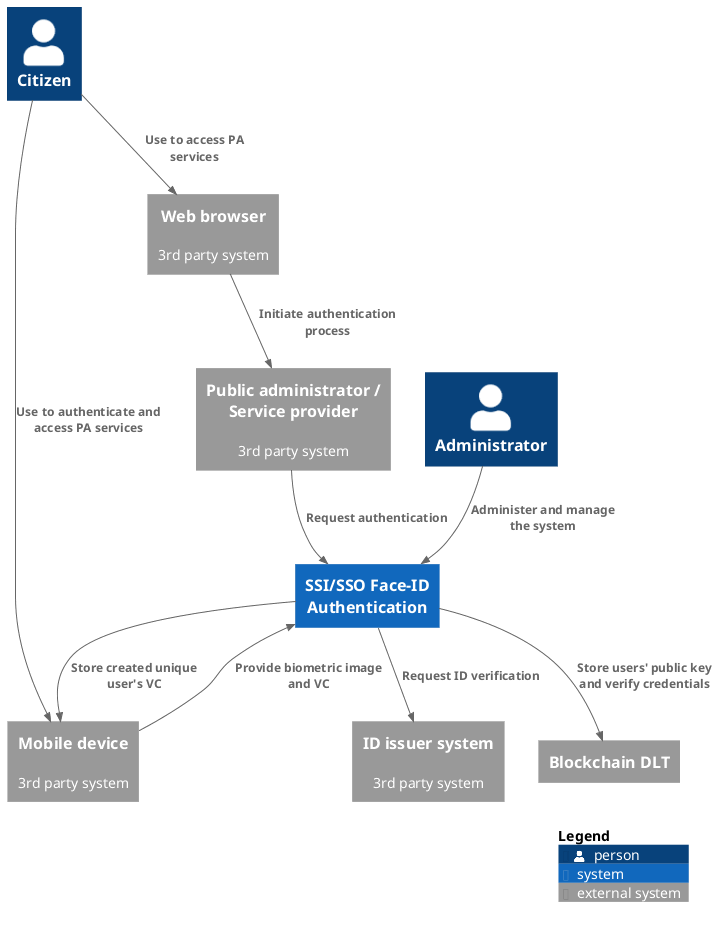
Before: images/ContextDiagram.png, a diagram exported from PlantUML (Dorfultariant/Architecture_Diagrams).
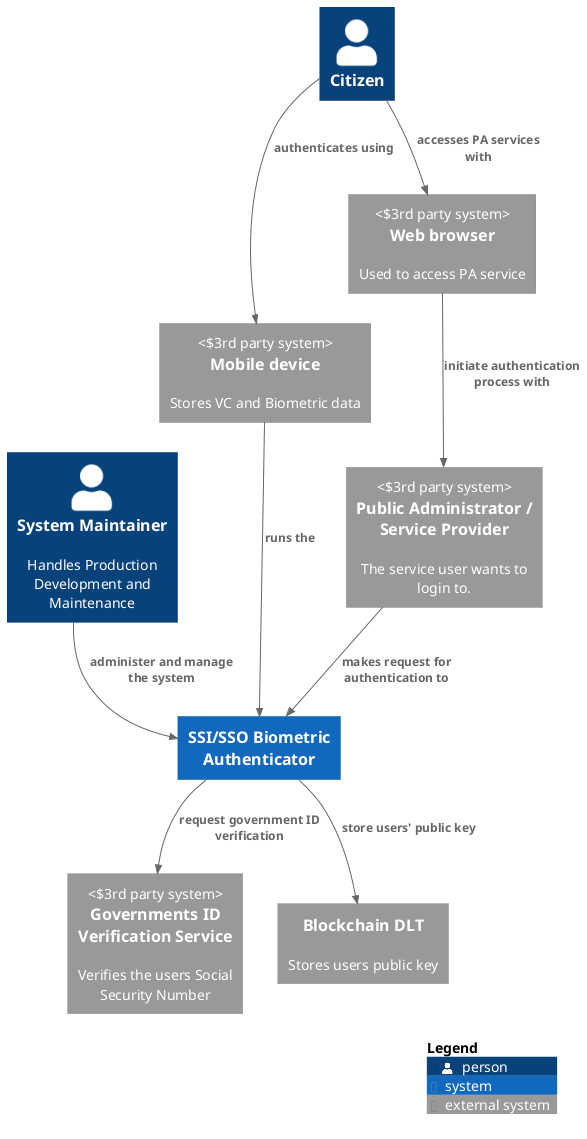
Later version of the same file.

Commit message:
Made the modifications for system layout

Diff of the diagram source:
```diff
@@ -1,30 +1,28 @@
 @startuml ContextDiagram
 !include https://raw.githubusercontent.com/plantuml-stdlib/C4-PlantUML/master/C4_Container.puml
 
+System(systemCore, "SSI/SSO Biometric Authenticator")
+Person(personCitizen, "Citizen")
+Person(personAdmin, "System Maintainer", "Handles Production Development and Maintenance")
 
-System(systemCore, "SSI/SSO Face-ID Authentication")
-Person(personCitizen, "Citizen")
-Person(personAdmin, "Administrator")
-System_Ext(externalIDIssuer, "ID issuer system", "3rd party system")
-System_Ext(externalMobile, "Mobile device", "3rd party system")
-System_Ext(externalWeb, "Web browser", "3rd party system")
-System_Ext(externalPA, "Public administrator / Service provider", "3rd party system")
-System_Ext(externalDLT, "Blockchain DLT")
+System_Ext(externalIDIssuer, 	"Governments ID Verification Service", "Verifies the users Social Security Number", "3rd party system")
+System_Ext(externalMobile,   	"Mobile device", "Stores VC and Biometric data", "3rd party system")
+System_Ext(externalWeb,      	"Web browser", "Used to access PA service", "3rd party system")
+System_Ext(externalPA, 		"Public Administrator / Service Provider", "The service user wants to login to.", "3rd party system")
+System_Ext(externalDLT, 	"Blockchain DLT", "Stores users public key")
 
-Rel(personAdmin, systemCore, "Administer and manage the system")
+Rel(personAdmin, systemCore, "administer and manage the system")
+Rel(personCitizen, externalMobile, "authenticates using")
+Rel(personCitizen, externalWeb, "accesses PA services with")
 
-Rel(personCitizen, externalMobile, "Use to authenticate and access PA services")
-Rel(personCitizen, externalWeb, "Use to access PA services")
+Rel(systemCore, externalIDIssuer, "request government ID verification")
+Rel(systemCore, externalDLT, "store users' public key")
 
-Rel(systemCore, externalIDIssuer, "Request ID verification")
-Rel(systemCore, externalMobile, "Store created unique user's VC")
-Rel(systemCore, externalDLT, "Store users' public key and verify credentials")
+Rel(externalMobile, systemCore, "runs the")
 
-Rel(externalMobile, systemCore, "Provide biometric image and VC")
+Rel(externalWeb, externalPA, "initiate authentication process with")
 
-Rel(externalWeb, externalPA, "Initiate authentication process")
-
-Rel(externalPA, systemCore, "Request authentication")
+Rel(externalPA, systemCore, "makes request for authentication to")
 
 SHOW_LEGEND()
 
```
